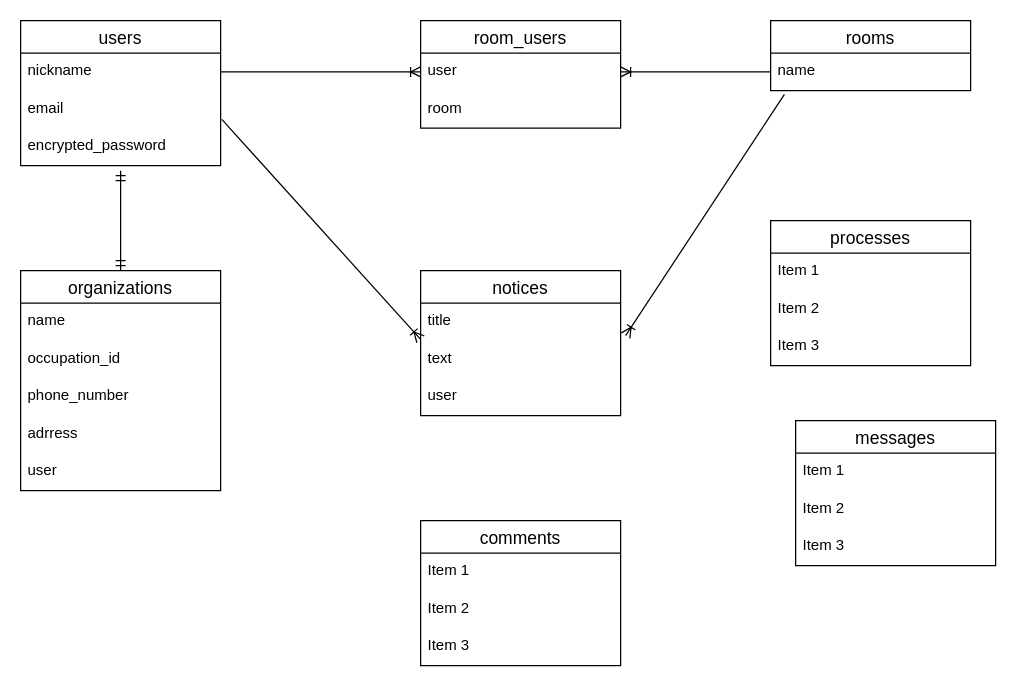
yamazaki-shugo/process_app keeps this draw.io diagram as process.dio. Above is the earlier version. Source tidied: cells renumbered, new cells numbered last; positions are measured from the earlier drawing's top-left corner, leaving out a move shared by most shapes. Both pictures are drawn from the tidied source at 125%, with x=0, y=0 at pixel (20, 20).
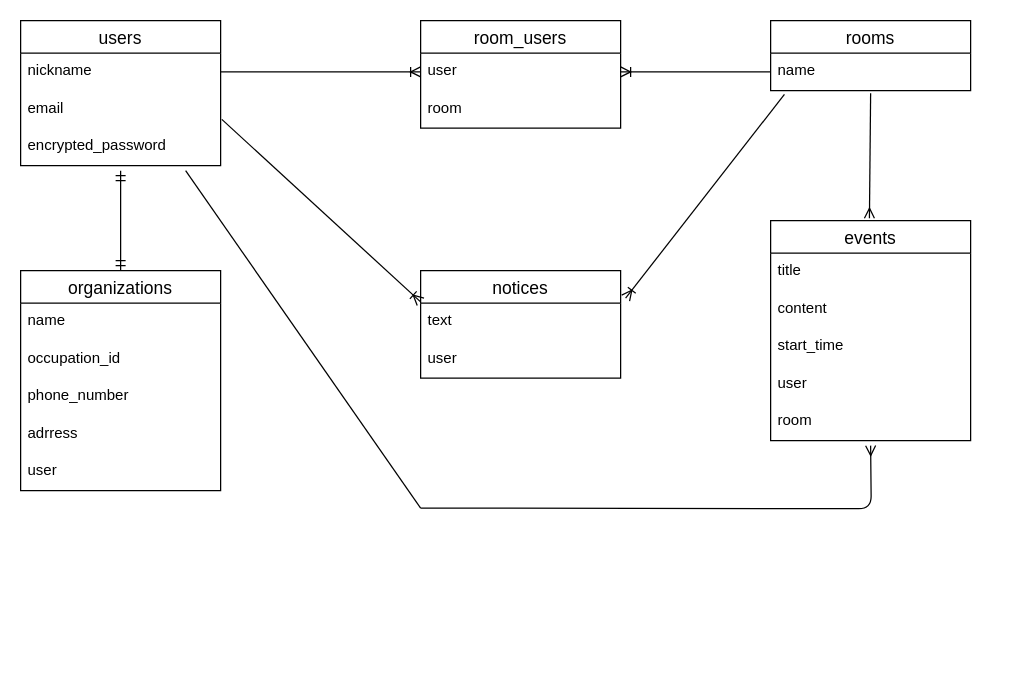
After the change.

The change refers to these unchanged cells:
```xml
<mxCell id="5" value="encrypted_password" style="text;strokeColor=none;fillColor=none;spacingLeft=4;spacingRight=4;overflow=hidden;points=[[0,0.5],[1,0.5]];portConstraint=eastwest;fontSize=12;" parent="2" vertex="1">
  <mxGeometry y="86" width="160" height="30" as="geometry" />
</mxCell>
<mxCell id="22" value="name" style="text;strokeColor=none;fillColor=none;spacingLeft=4;spacingRight=4;overflow=hidden;points=[[0,0.5],[1,0.5]];portConstraint=eastwest;fontSize=12;" parent="21" vertex="1">
  <mxGeometry y="26" width="160" height="30" as="geometry" />
</mxCell>
```

What changed in the source:
```diff
@@
-    <mxCell id="12" value="messages" style="swimlane;fontStyle=0;horizontal=1;startSize=26;align=center;fontSize=14;" parent="1" vertex="1">
-      <mxGeometry x="620" y="320" width="160" height="116" as="geometry" />
-    </mxCell>
-    <mxCell id="13" value="Item 1" style="text;strokeColor=none;fillColor=none;spacingLeft=4;spacingRight=4;overflow=hidden;fontSize=12;" parent="12" vertex="1">
-      <mxGeometry y="26" width="160" height="30" as="geometry" />
-    </mxCell>
-    <mxCell id="14" value="Item 2" style="text;strokeColor=none;fillColor=none;spacingLeft=4;spacingRight=4;overflow=hidden;fontSize=12;" parent="12" vertex="1">
-      <mxGeometry y="56" width="160" height="30" as="geometry" />
-    </mxCell>
-    <mxCell id="15" value="Item 3" style="text;strokeColor=none;fillColor=none;spacingLeft=4;spacingRight=4;overflow=hidden;fontSize=12;" parent="12" vertex="1">
-      <mxGeometry y="86" width="160" height="30" as="geometry" />
-    </mxCell>
-    <mxCell id="16" value="comments" style="swimlane;fontStyle=0;horizontal=1;startSize=26;align=center;fontSize=14;" parent="1" vertex="1">
-      <mxGeometry x="320" y="400" width="160" height="116" as="geometry" />
-    </mxCell>
-    <mxCell id="17" value="Item 1" style="text;strokeColor=none;fillColor=none;spacingLeft=4;spacingRight=4;overflow=hidden;fontSize=12;" parent="16" vertex="1">
-      <mxGeometry y="26" width="160" height="30" as="geometry" />
-    </mxCell>
-    <mxCell id="18" value="Item 2" style="text;strokeColor=none;fillColor=none;spacingLeft=4;spacingRight=4;overflow=hidden;fontSize=12;" parent="16" vertex="1">
-      <mxGeometry y="56" width="160" height="30" as="geometry" />
-    </mxCell>
-    <mxCell id="19" value="Item 3" style="text;strokeColor=none;fillColor=none;spacingLeft=4;spacingRight=4;overflow=hidden;fontSize=12;" parent="16" vertex="1">
-      <mxGeometry y="86" width="160" height="30" as="geometry" />
-    </mxCell>
@@
     <mxCell id="26" value="notices" style="swimlane;fontStyle=0;horizontal=1;startSize=26;align=center;fontSize=14;" parent="1" vertex="1">
-      <mxGeometry x="320" y="200" width="160" height="116" as="geometry" />
+      <mxGeometry x="320" y="200" width="160" height="86" as="geometry" />
     </mxCell>
-    <mxCell id="27" value="title" style="text;strokeColor=none;fillColor=none;spacingLeft=4;spacingRight=4;overflow=hidden;fontSize=12;" parent="26" vertex="1">
-      <mxGeometry y="26" width="160" height="30" as="geometry" />
-    </mxCell>
     <mxCell id="28" value="text" style="text;strokeColor=none;fillColor=none;spacingLeft=4;spacingRight=4;overflow=hidden;points=[[0,0.5],[1,0.5]];portConstraint=eastwest;fontSize=12;" parent="26" vertex="1">
-      <mxGeometry y="56" width="160" height="30" as="geometry" />
+      <mxGeometry y="26" width="160" height="30" as="geometry" />
     </mxCell>
     <mxCell id="29" value="user" style="text;strokeColor=none;fillColor=none;spacingLeft=4;spacingRight=4;overflow=hidden;fontSize=12;" parent="26" vertex="1">
-      <mxGeometry y="86" width="160" height="30" as="geometry" />
+      <mxGeometry y="56" width="160" height="30" as="geometry" />
     </mxCell>
-    <mxCell id="30" value="processes" style="swimlane;fontStyle=0;horizontal=1;startSize=26;align=center;fontSize=14;" parent="1" vertex="1">
-      <mxGeometry x="600" y="160" width="160" height="116" as="geometry" />
-    </mxCell>
-    <mxCell id="31" value="Item 1" style="text;strokeColor=none;fillColor=none;spacingLeft=4;spacingRight=4;overflow=hidden;fontSize=12;" parent="30" vertex="1">
-      <mxGeometry y="26" width="160" height="30" as="geometry" />
-    </mxCell>
-    <mxCell id="32" value="Item 2" style="text;strokeColor=none;fillColor=none;spacingLeft=4;spacingRight=4;overflow=hidden;fontSize=12;" parent="30" vertex="1">
-      <mxGeometry y="56" width="160" height="30" as="geometry" />
-    </mxCell>
-    <mxCell id="33" value="Item 3" style="text;strokeColor=none;fillColor=none;spacingLeft=4;spacingRight=4;overflow=hidden;fontSize=12;" parent="30" vertex="1">
-      <mxGeometry y="86" width="160" height="30" as="geometry" />
-    </mxCell>
@@
+    <mxCell id="38" value="events" style="swimlane;fontStyle=0;horizontal=1;startSize=26;align=center;fontSize=14;" parent="1" vertex="1">
+      <mxGeometry x="600" y="160" width="160" height="176" as="geometry" />
+    </mxCell>
+    <mxCell id="27" value="title" style="text;strokeColor=none;fillColor=none;spacingLeft=4;spacingRight=4;overflow=hidden;fontSize=12;" parent="38" vertex="1">
+      <mxGeometry y="26" width="160" height="30" as="geometry" />
+    </mxCell>
+    <mxCell id="39" value="content" style="text;strokeColor=none;fillColor=none;spacingLeft=4;spacingRight=4;overflow=hidden;fontSize=12;" parent="38" vertex="1">
+      <mxGeometry y="56" width="160" height="30" as="geometry" />
+    </mxCell>
+    <mxCell id="40" value="start_time" style="text;strokeColor=none;fillColor=none;spacingLeft=4;spacingRight=4;overflow=hidden;fontSize=12;" parent="38" vertex="1">
+      <mxGeometry y="86" width="160" height="30" as="geometry" />
+    </mxCell>
+    <mxCell id="41" value="user" style="text;strokeColor=none;fillColor=none;spacingLeft=4;spacingRight=4;overflow=hidden;fontSize=12;" parent="38" vertex="1">
+      <mxGeometry y="116" width="160" height="30" as="geometry" />
+    </mxCell>
+    <mxCell id="42" value="room" style="text;strokeColor=none;fillColor=none;spacingLeft=4;spacingRight=4;overflow=hidden;fontSize=12;" parent="38" vertex="1">
+      <mxGeometry y="146" width="160" height="30" as="geometry" />
+    </mxCell>
+    <mxCell id="43" style="fontSize=12;html=1;endArrow=ERmany;exitX=0.5;exitY=1.067;exitDx=0;exitDy=0;exitPerimeter=0;entryX=0.494;entryY=-0.011;entryDx=0;entryDy=0;entryPerimeter=0;" parent="1" edge="1" source="22" target="38">
+      <mxGeometry relative="1" as="geometry" />
+    </mxCell>
+    <mxCell id="44" style="fontSize=12;html=1;endArrow=none;exitX=0.825;exitY=1.133;exitDx=0;exitDy=0;exitPerimeter=0;endFill=0;" parent="1" edge="1" source="5">
+      <mxGeometry relative="1" as="geometry">
+        <mxPoint x="320" y="390" as="targetPoint" />
+      </mxGeometry>
+    </mxCell>
+    <mxCell id="45" style="edgeStyle=orthogonalEdgeStyle;fontSize=12;html=1;endArrow=ERmany;" parent="1" edge="1">
+      <mxGeometry relative="1" as="geometry">
+        <mxPoint x="320" y="390" as="sourcePoint" />
+        <mxPoint x="680" y="340" as="targetPoint" />
+      </mxGeometry>
+    </mxCell>
```
